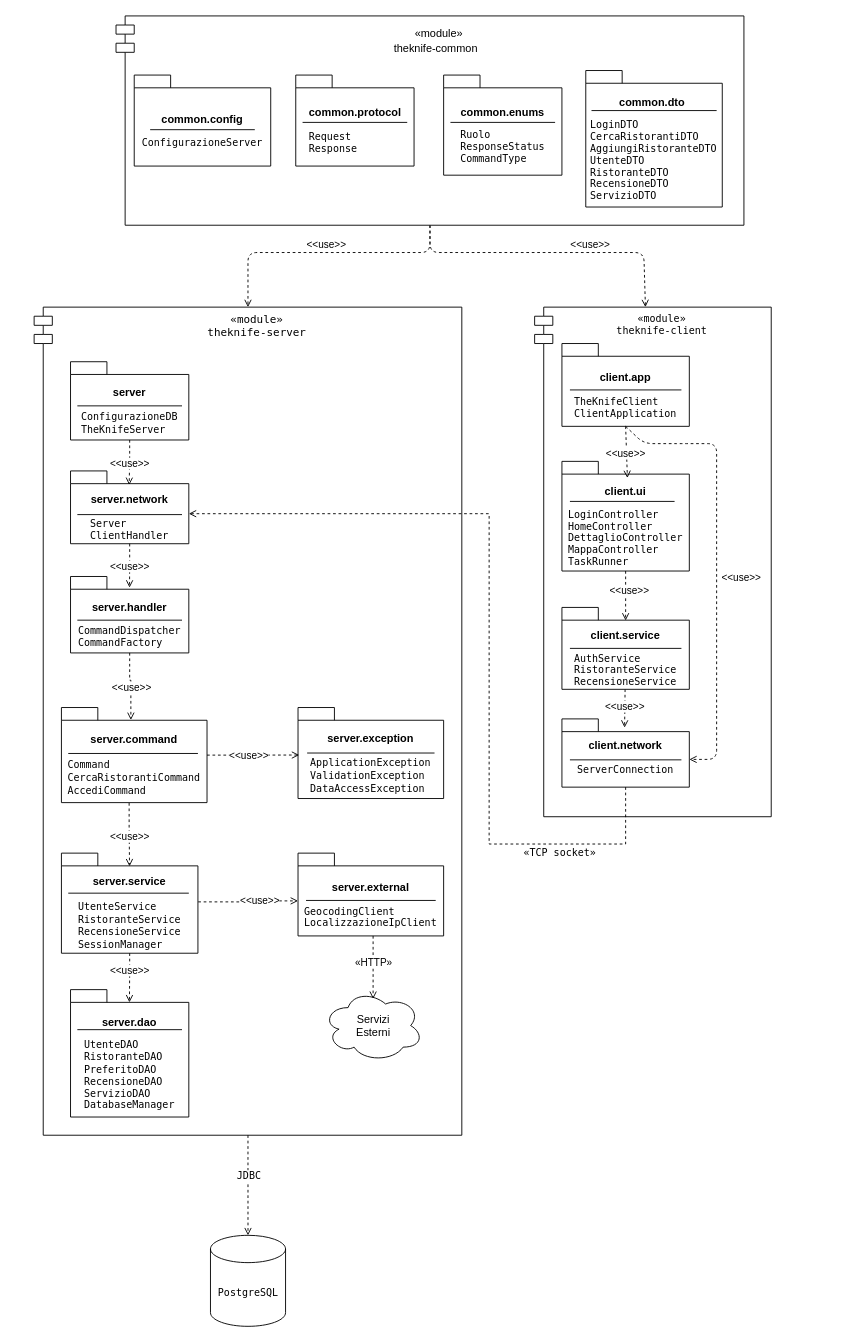
The draw.io diagram Progettazione/1_Doc. Conclusi/Diagrammi/PackageDiagram.drawio in FloshDev/TheKnife-B, before the edit. Source tidied: cells renumbered, new cells numbered last; positions are measured from the earlier drawing's top-left corner, leaving out a move shared by most shapes. Both pictures are drawn from the tidied source at 91%, with x=0, y=0 at pixel (34, 15).
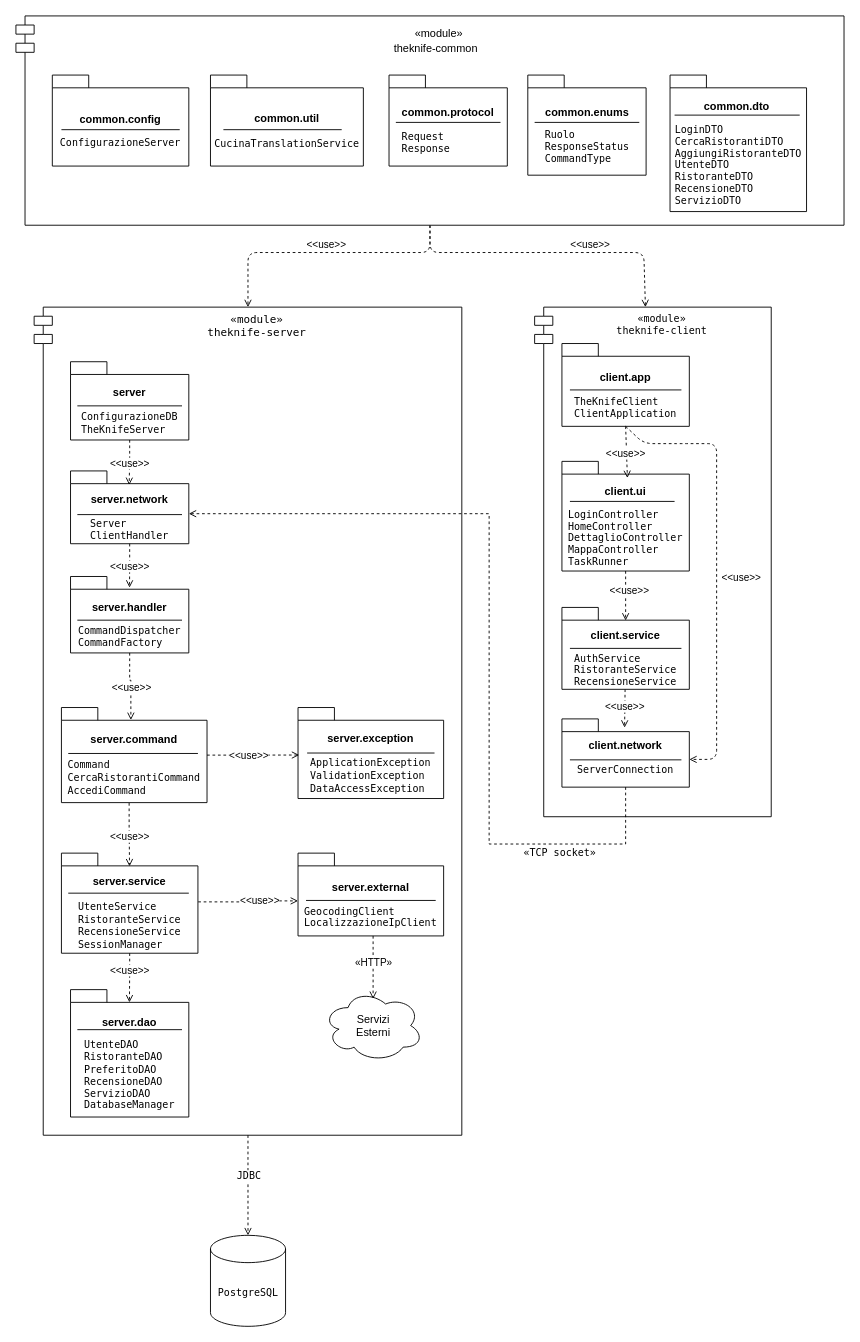
After the change.

Diff of the diagram source:
```diff
@@
     <mxCell id="5" value="&lt;div style=&quot;line-height: 30%;&quot;&gt;&lt;p&gt;«module»&lt;/p&gt;&lt;p&gt;&lt;span style=&quot;background-color: transparent; color: light-dark(rgb(0, 0, 0), rgb(255, 255, 255));&quot;&gt;theknife-common&amp;nbsp;&amp;nbsp;&lt;/span&gt;&lt;/p&gt;&lt;/div&gt;" style="shape=module;align=left;spacingLeft=20;align=center;verticalAlign=top;whiteSpace=wrap;html=1;" parent="1" vertex="1">
-      <mxGeometry x="90" width="690" height="230" as="geometry" />
+      <mxGeometry x="-20" width="910" height="230" as="geometry" />
     </mxCell>
     <mxCell id="6" value="&lt;p&gt;common.dto&amp;nbsp;&lt;/p&gt;&lt;p class=&quot;p1&quot; style=&quot;margin: 0px; font: 400 11px Menlo; text-align: start;&quot;&gt;&lt;span class=&quot;s1&quot; style=&quot;font-variant-ligatures: no-common-ligatures;&quot;&gt;LoginDTO&lt;/span&gt;&lt;/p&gt;&lt;p class=&quot;p1&quot; style=&quot;margin: 0px; font: 400 11px Menlo; text-align: start;&quot;&gt;&lt;span style=&quot;font-variant-ligatures: no-common-ligatures; background-color: transparent; color: light-dark(rgb(0, 0, 0), rgb(255, 255, 255));&quot;&gt;CercaRistorantiDTO&lt;/span&gt;&lt;/p&gt;&lt;p class=&quot;p1&quot; style=&quot;margin: 0px; font: 400 11px Menlo; text-align: start;&quot;&gt;&lt;span class=&quot;s1&quot; style=&quot;font-variant-ligatures: no-common-ligatures;&quot;&gt;AggiungiRistoranteDTO&lt;/span&gt;&lt;/p&gt;&lt;p class=&quot;p1&quot; style=&quot;margin: 0px; font: 400 11px Menlo; text-align: start;&quot;&gt;&lt;span class=&quot;s1&quot; style=&quot;font-variant-ligatures: no-common-ligatures;&quot;&gt;UtenteDTO&lt;/span&gt;&lt;/p&gt;&lt;p class=&quot;p1&quot; style=&quot;margin: 0px; font: 400 11px Menlo; text-align: start;&quot;&gt;&lt;span class=&quot;s1&quot; style=&quot;font-variant-ligatures: no-common-ligatures;&quot;&gt;RistoranteDTO&lt;/span&gt;&lt;/p&gt;&lt;p class=&quot;p1&quot; style=&quot;margin: 0px; font: 400 11px Menlo; text-align: start;&quot;&gt;&lt;span class=&quot;s1&quot; style=&quot;font-variant-ligatures: no-common-ligatures;&quot;&gt;RecensioneDTO&lt;/span&gt;&lt;/p&gt;&lt;p class=&quot;p1&quot; style=&quot;margin: 0px; font: 400 11px Menlo; text-align: start;&quot;&gt;&lt;span class=&quot;s1&quot; style=&quot;font-variant-ligatures: no-common-ligatures;&quot;&gt;ServizioDTO&lt;/span&gt;&lt;/p&gt;" style="shape=folder;fontStyle=1;spacingTop=10;tabWidth=40;tabHeight=14;tabPosition=left;html=1;whiteSpace=wrap;" parent="1" vertex="1">
-      <mxGeometry x="606.2" y="60" width="150" height="150" as="geometry" />
+      <mxGeometry x="698.8" y="65" width="150" height="150" as="geometry" />
     </mxCell>
     <mxCell id="7" value="&lt;p&gt;common.protocol&lt;/p&gt;&lt;p class=&quot;p1&quot; style=&quot;margin: 0px; font: 400 11px Menlo; text-align: start;&quot;&gt;&lt;span class=&quot;s1&quot; style=&quot;font-variant-ligatures: no-common-ligatures;&quot;&gt;Request&lt;/span&gt;&lt;/p&gt;&lt;p class=&quot;p1&quot; style=&quot;margin: 0px; font: 400 11px Menlo; text-align: start;&quot;&gt;&lt;span style=&quot;font-variant-ligatures: no-common-ligatures; background-color: transparent; color: light-dark(rgb(0, 0, 0), rgb(255, 255, 255));&quot;&gt;Response&lt;/span&gt;&lt;/p&gt;" style="shape=folder;fontStyle=1;spacingTop=10;tabWidth=40;tabHeight=14;tabPosition=left;html=1;whiteSpace=wrap;" parent="1" vertex="1">
-      <mxGeometry x="287.5" y="65" width="130" height="100" as="geometry" />
+      <mxGeometry x="390" y="65" width="130" height="100" as="geometry" />
     </mxCell>
     <mxCell id="8" style="line;strokeWidth=1;fillColor=none;align=left;verticalAlign=middle;spacingTop=-1;spacingLeft=3;spacingRight=3;labelPosition=right;strokeColor=inherit;" parent="1" vertex="1">
-      <mxGeometry x="295" y="113" width="115" height="8" as="geometry" />
+      <mxGeometry x="397.5" y="113" width="115" height="8" as="geometry" />
     </mxCell>
     <mxCell id="9" style="line;strokeWidth=1;fillColor=none;align=left;verticalAlign=middle;spacingTop=-1;spacingLeft=3;spacingRight=3;labelPosition=right;strokeColor=inherit;" parent="1" vertex="1">
-      <mxGeometry x="612.5" y="100" width="137.5" height="8" as="geometry" />
+      <mxGeometry x="703.8" y="105" width="137.5" height="8" as="geometry" />
     </mxCell>
@@
     <mxCell id="29" value="&lt;p&gt;common.enums&lt;/p&gt;&lt;p class=&quot;p1&quot; style=&quot;margin: 0px; font-style: normal; font-variant-caps: normal; font-variant-numeric: normal; font-variant-east-asian: normal; font-variant-alternates: normal; font-size-adjust: none; font-language-override: normal; font-kerning: auto; font-optical-sizing: auto; font-feature-settings: normal; font-variation-settings: normal; font-variant-position: normal; font-variant-emoji: normal; font-weight: 400; font-stretch: normal; font-size: 11px; line-height: normal; font-family: Menlo; text-align: start;&quot;&gt;&lt;span style=&quot;font-variant-ligatures: no-common-ligatures;&quot;&gt;Ruolo&lt;/span&gt;&lt;/p&gt;&lt;p class=&quot;p1&quot; style=&quot;margin: 0px; font: 400 11px Menlo; text-align: start;&quot;&gt;&lt;span style=&quot;font-variant-ligatures: no-common-ligatures; background-color: transparent; color: light-dark(rgb(0, 0, 0), rgb(255, 255, 255));&quot;&gt;ResponseStatus&lt;/span&gt;&lt;/p&gt;&lt;p class=&quot;p1&quot; style=&quot;margin: 0px; font: 400 11px Menlo; text-align: start;&quot;&gt;&lt;span style=&quot;font-variant-ligatures: no-common-ligatures; background-color: transparent; color: light-dark(rgb(0, 0, 0), rgb(255, 255, 255));&quot;&gt;CommandType&lt;/span&gt;&lt;/p&gt;" style="shape=folder;fontStyle=1;spacingTop=10;tabWidth=40;tabHeight=14;tabPosition=left;html=1;whiteSpace=wrap;" parent="1" vertex="1">
-      <mxGeometry x="450" y="65" width="130" height="110" as="geometry" />
+      <mxGeometry x="542.5" y="65" width="130" height="110" as="geometry" />
     </mxCell>
     <mxCell id="30" style="line;strokeWidth=1;fillColor=none;align=left;verticalAlign=middle;spacingTop=-1;spacingLeft=3;spacingRight=3;labelPosition=right;strokeColor=inherit;" parent="1" vertex="1">
-      <mxGeometry x="457.5" y="113" width="115" height="8" as="geometry" />
+      <mxGeometry x="550" y="113" width="115" height="8" as="geometry" />
     </mxCell>
@@
     <mxCell id="69" value="&lt;p&gt;common.config&lt;/p&gt;&lt;p class=&quot;p1&quot; style=&quot;margin: 0px; font-style: normal; font-variant-caps: normal; font-variant-numeric: normal; font-variant-east-asian: normal; font-variant-alternates: normal; font-size-adjust: none; font-language-override: normal; font-kerning: auto; font-optical-sizing: auto; font-feature-settings: normal; font-variation-settings: normal; font-variant-position: normal; font-variant-emoji: normal; font-weight: 400; font-stretch: normal; font-size: 11px; line-height: normal; font-family: Menlo; text-align: start;&quot;&gt;&lt;span style=&quot;font-variant-ligatures: no-common-ligatures;&quot;&gt;ConfigurazioneServer&lt;/span&gt;&lt;/p&gt;" style="shape=folder;fontStyle=1;spacingTop=10;tabWidth=40;tabHeight=14;tabPosition=left;html=1;whiteSpace=wrap;" parent="1" vertex="1">
-      <mxGeometry x="110" y="65" width="150" height="100" as="geometry" />
+      <mxGeometry x="20" y="65" width="150" height="100" as="geometry" />
     </mxCell>
     <mxCell id="70" style="line;strokeWidth=1;fillColor=none;align=left;verticalAlign=middle;spacingTop=-1;spacingLeft=3;spacingRight=3;labelPosition=right;strokeColor=inherit;" parent="1" vertex="1">
-      <mxGeometry x="127.5" y="121" width="115" height="8" as="geometry" />
+      <mxGeometry x="30" y="121" width="130" height="8" as="geometry" />
     </mxCell>
+    <mxCell id="71" value="&lt;p&gt;common.util&lt;/p&gt;&lt;p class=&quot;p1&quot; style=&quot;margin: 0px; font-variant-numeric: normal; font-variant-east-asian: normal; font-variant-alternates: normal; font-size-adjust: none; font-language-override: normal; font-kerning: auto; font-optical-sizing: auto; font-feature-settings: normal; font-variation-settings: normal; font-variant-position: normal; font-variant-emoji: normal; font-stretch: normal; line-height: normal; text-align: start;&quot;&gt;&lt;font face=&quot;Menlo&quot;&gt;&lt;span style=&quot;font-size: 11px; font-variant-ligatures: no-common-ligatures; font-weight: 400;&quot;&gt;CucinaTranslationService&lt;/span&gt;&lt;/font&gt;&lt;/p&gt;" style="shape=folder;fontStyle=1;spacingTop=10;tabWidth=40;tabHeight=14;tabPosition=left;html=1;whiteSpace=wrap;" parent="1" vertex="1">
+      <mxGeometry x="193.8" y="65" width="168" height="100" as="geometry" />
+    </mxCell>
+    <mxCell id="72" style="line;strokeWidth=1;fillColor=none;align=left;verticalAlign=middle;spacingTop=-1;spacingLeft=3;spacingRight=3;labelPosition=right;strokeColor=inherit;" parent="1" vertex="1">
+      <mxGeometry x="208" y="121" width="130" height="8" as="geometry" />
+    </mxCell>
```
